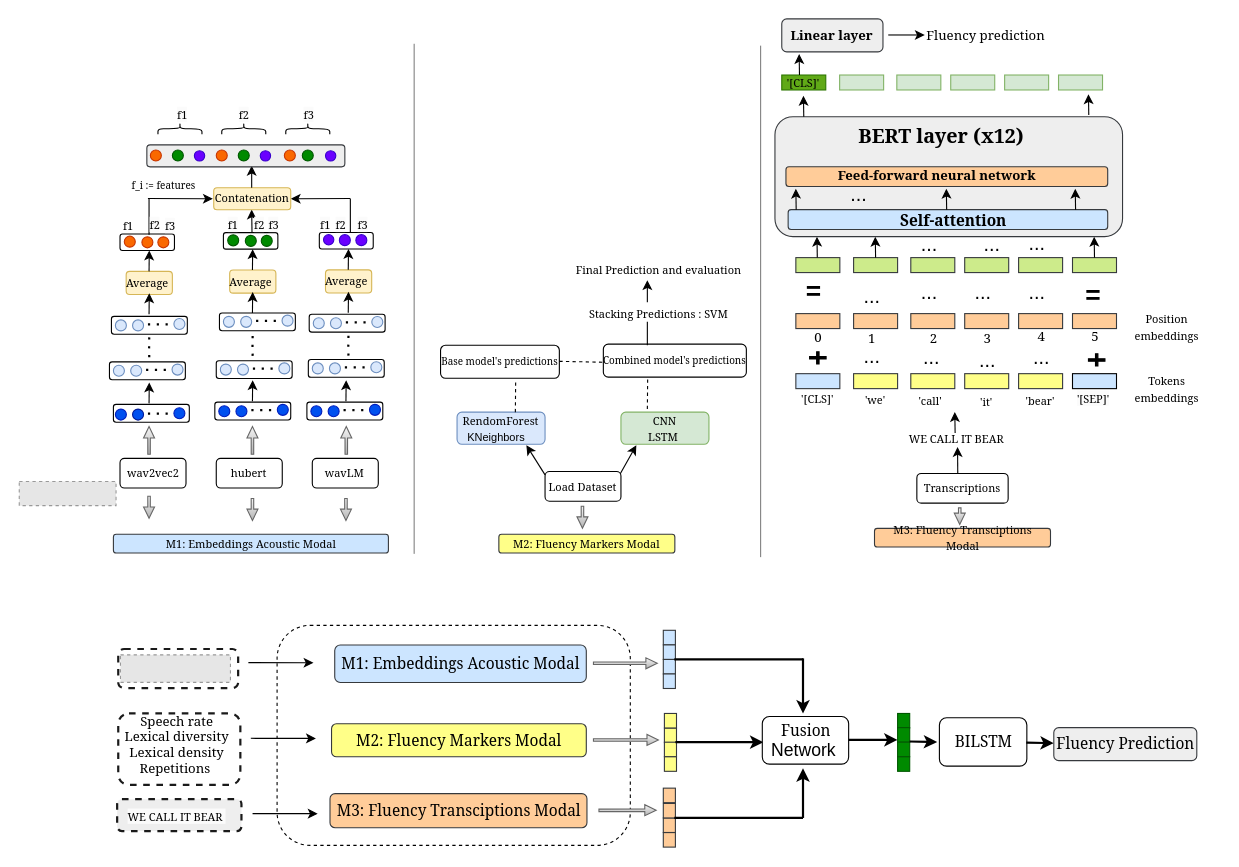
The draw.io diagram Trimodal_Fluency_sslmodel.drawio in papasega/Applied-Deep-Learning, before the edit. Source tidied: cells renumbered, new cells numbered last; positions are measured from the earlier drawing's top-left corner, leaving out a move shared by most shapes. Both pictures are drawn from the tidied source at 110%, with x=0, y=0 at pixel (19, 19). Pictures stored in the file or linked from it are replaced by grey dashed boxes.
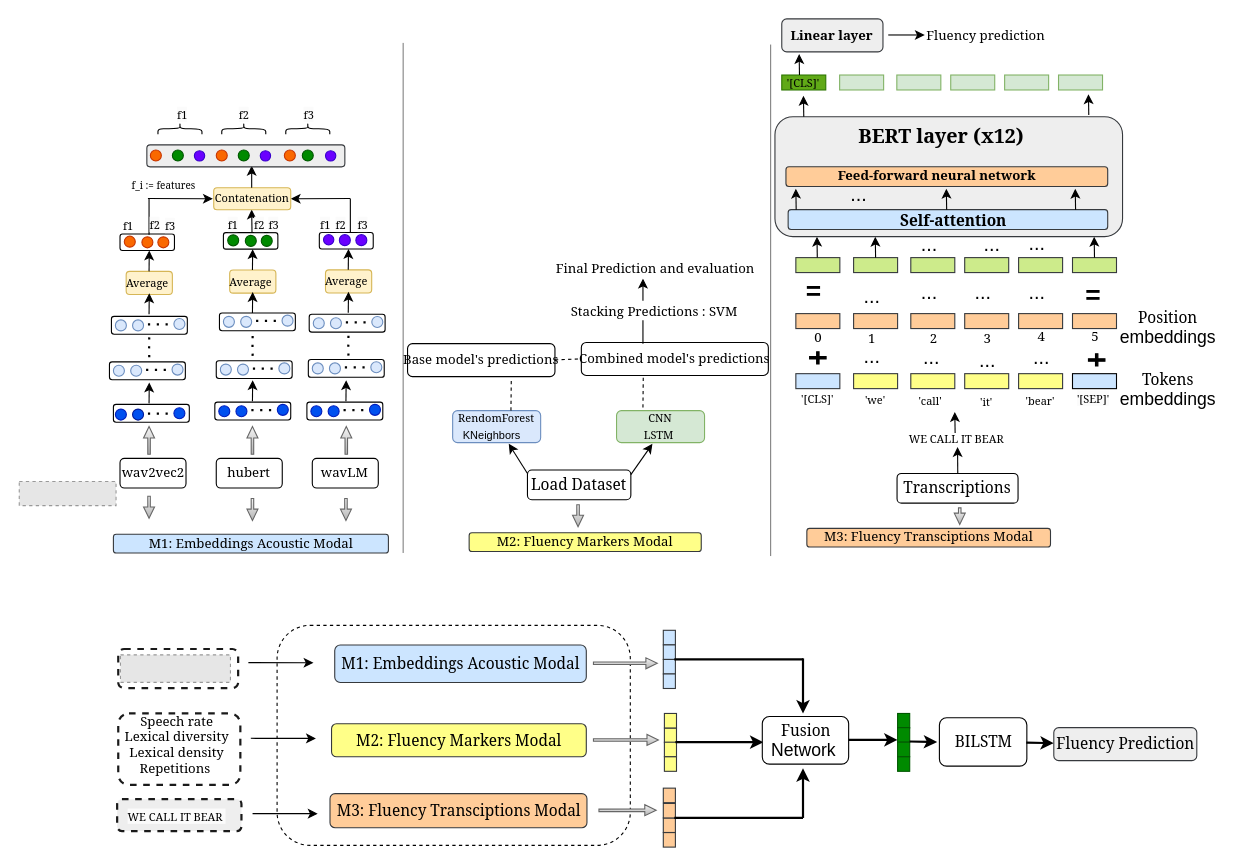
Above is the later version.

Commit message (it also covers changes not shown here):
Mettre à jour Trimodal_Fluency_sslmodel.drawio

Change to the diagram source:
```diff
@@
-    <mxCell id="2" value="&lt;font style=&quot;font-size: 10px;&quot; face=&quot;Georgia&quot;&gt;wav2vec2&lt;/font&gt;" style="rounded=1;whiteSpace=wrap;html=1;" parent="1" vertex="1">
+    <mxCell id="2" value="&lt;font style=&quot;font-size: 12px;&quot; face=&quot;Georgia&quot;&gt;wav2vec2&lt;/font&gt;" style="rounded=1;whiteSpace=wrap;html=1;" parent="1" vertex="1">
       <mxGeometry x="91.6" y="399.2" width="60" height="27" as="geometry" />
     </mxCell>
@@
-    <mxCell id="6" value="&lt;font style=&quot;font-size: 10px;&quot; face=&quot;Georgia&quot;&gt;M1: Embeddings Acoustic Modal&lt;/font&gt;" style="rounded=1;whiteSpace=wrap;html=1;fillColor=#cce5ff;strokeColor=#36393d;" parent="1" vertex="1">
+    <mxCell id="6" value="&lt;font style=&quot;font-size: 12px;&quot; face=&quot;Georgia&quot;&gt;M1: Embeddings Acoustic Modal&lt;/font&gt;" style="rounded=1;whiteSpace=wrap;html=1;fillColor=#cce5ff;strokeColor=#36393d;" parent="1" vertex="1">
       <mxGeometry x="85.6" y="468.2" width="250" height="17" as="geometry" />
     </mxCell>
@@
-    <mxCell id="19" value="&lt;font style=&quot;font-size: 10px;&quot; face=&quot;Georgia&quot;&gt;hubert&lt;/font&gt;" style="rounded=1;whiteSpace=wrap;html=1;" parent="1" vertex="1">
+    <mxCell id="19" value="&lt;font style=&quot;font-size: 12px;&quot; face=&quot;Georgia&quot;&gt;hubert&lt;/font&gt;" style="rounded=1;whiteSpace=wrap;html=1;" parent="1" vertex="1">
       <mxGeometry x="179.1" y="399.2" width="60" height="27" as="geometry" />
     </mxCell>
-    <mxCell id="20" value="&lt;font style=&quot;font-size: 10px;&quot; face=&quot;Georgia&quot;&gt;wavLM&lt;/font&gt;" style="rounded=1;whiteSpace=wrap;html=1;" parent="1" vertex="1">
+    <mxCell id="20" value="&lt;font style=&quot;font-size: 12px;&quot; face=&quot;Georgia&quot;&gt;wavLM&lt;/font&gt;" style="rounded=1;whiteSpace=wrap;html=1;" parent="1" vertex="1">
       <mxGeometry x="266.4" y="399.2" width="60" height="27" as="geometry" />
     </mxCell>
@@
-    <mxCell id="118" value="&lt;font style=&quot;font-size: 10px;&quot; face=&quot;Georgia&quot;&gt;M2: Fluency Markers Modal&lt;/font&gt;" style="rounded=1;whiteSpace=wrap;html=1;fillColor=#ffff88;strokeColor=#36393d;" parent="1" vertex="1">
-      <mxGeometry x="436" y="468.2" width="160" height="17" as="geometry" />
+    <mxCell id="118" value="&lt;font style=&quot;font-size: 12px;&quot; face=&quot;Georgia&quot;&gt;M2: Fluency Markers Modal&lt;/font&gt;" style="rounded=1;whiteSpace=wrap;html=1;fillColor=#ffff88;strokeColor=#36393d;" parent="1" vertex="1">
+      <mxGeometry x="409" y="466.8" width="211" height="17" as="geometry" />
     </mxCell>
     <mxCell id="119" style="endArrow=none;html=1;rounded=0;strokeWidth=0.5;" parent="1" edge="1">
       <mxGeometry relative="1" as="geometry">
-        <mxPoint x="359" y="486" as="sourcePoint" />
-        <mxPoint x="359" y="22.3" as="targetPoint" />
+        <mxPoint x="349" y="485.2" as="sourcePoint" />
+        <mxPoint x="349" y="21.5" as="targetPoint" />
       </mxGeometry>
     </mxCell>
-    <mxCell id="120" value="&lt;font face=&quot;Georgia&quot;&gt;&lt;span style=&quot;font-size: 10px;&quot;&gt;Load Dataset&lt;/span&gt;&lt;/font&gt;" style="rounded=1;whiteSpace=wrap;html=1;" parent="1" vertex="1">
-      <mxGeometry x="478" y="411.2" width="69" height="27" as="geometry" />
+    <mxCell id="120" value="&lt;font style=&quot;font-size: 14px;&quot; face=&quot;Georgia&quot;&gt;Load Dataset&lt;/font&gt;" style="rounded=1;whiteSpace=wrap;html=1;" parent="1" vertex="1">
+      <mxGeometry x="462" y="409.8" width="94" height="27" as="geometry" />
     </mxCell>
     <mxCell id="121" style="shape=flexArrow;endArrow=classic;html=1;rounded=0;startSize=2;endSize=3.108571428571429;targetPerimeterSpacing=0;sourcePerimeterSpacing=0;strokeWidth=1;fillColor=#f5f5f5;width=2.2857142857142856;endWidth=6.6938775510204085;strokeColor=#666666;gradientColor=#b3b3b3;" parent="1" edge="1">
       <mxGeometry relative="1" as="geometry">
-        <mxPoint x="512" y="442.2" as="sourcePoint" />
-        <mxPoint x="512" y="463.2" as="targetPoint" />
+        <mxPoint x="508" y="440.8" as="sourcePoint" />
+        <mxPoint x="508" y="461.8" as="targetPoint" />
       </mxGeometry>
     </mxCell>
     <mxCell id="122" value="&lt;font face=&quot;Georgia&quot; style=&quot;font-size: 10px;&quot;&gt;RendomForest&lt;/font&gt;&lt;div&gt;&lt;font style=&quot;font-size: 10px;&quot; face=&quot;hNbSaea994QthrHnAMuy&quot;&gt;KNeighbors&amp;nbsp;&amp;nbsp;&lt;/font&gt;&lt;span style=&quot;font-size: 10px; font-family: hNbSaea994QthrHnAMuy; background-color: initial;&quot;&gt;&amp;nbsp;&lt;/span&gt;&lt;/div&gt;" style="rounded=1;whiteSpace=wrap;html=1;fillColor=#dae8fc;strokeColor=#6c8ebf;" parent="1" vertex="1">
-      <mxGeometry x="398" y="357.2" width="80" height="29.1" as="geometry" />
+      <mxGeometry x="394" y="355.8" width="80" height="29.1" as="geometry" />
     </mxCell>
     <mxCell id="123" style="endArrow=classic;html=1;rounded=0;" parent="1" edge="1">
       <mxGeometry relative="1" as="geometry">
-        <mxPoint x="478" y="414.2" as="sourcePoint" />
-        <mxPoint x="461" y="387.2" as="targetPoint" />
+        <mxPoint x="462" y="412.9" as="sourcePoint" />
+        <mxPoint x="445" y="385.9" as="targetPoint" />
       </mxGeometry>
     </mxCell>
     <mxCell id="124" style="endArrow=classic;html=1;rounded=0;" parent="1" edge="1">
       <mxGeometry relative="1" as="geometry">
-        <mxPoint x="546.4" y="413.2" as="sourcePoint" />
-        <mxPoint x="561" y="387.2" as="targetPoint" />
+        <mxPoint x="556" y="414" as="sourcePoint" />
+        <mxPoint x="575.6" y="386" as="targetPoint" />
       </mxGeometry>
     </mxCell>
     <mxCell id="125" value="&lt;font face=&quot;Georgia&quot;&gt;&lt;span style=&quot;font-size: 10px;&quot;&gt;CNN&lt;/span&gt;&lt;/font&gt;&lt;div&gt;&lt;font face=&quot;Georgia&quot;&gt;&lt;span style=&quot;font-size: 10px;&quot;&gt;LSTM&amp;nbsp;&lt;/span&gt;&lt;/font&gt;&lt;/div&gt;" style="rounded=1;whiteSpace=wrap;html=1;fillColor=#d5e8d4;strokeColor=#82b366;" parent="1" vertex="1">
-      <mxGeometry x="547" y="357.2" width="80" height="29.1" as="geometry" />
+      <mxGeometry x="543" y="355.8" width="80" height="29.1" as="geometry" />
     </mxCell>
     <mxCell id="126" style="endArrow=none;dashed=1;html=1;rounded=0;" parent="1" edge="1">
       <mxGeometry relative="1" as="geometry">
-        <mxPoint x="451" y="357.2" as="sourcePoint" />
-        <mxPoint x="451.3" y="328.1" as="targetPoint" />
+        <mxPoint x="447" y="355.8" as="sourcePoint" />
+        <mxPoint x="447.3" y="326.7" as="targetPoint" />
       </mxGeometry>
     </mxCell>
-    <mxCell id="127" value="&lt;span style=&quot;font-family: Georgia; font-size: 9px; text-wrap: nowrap;&quot;&gt;Base model's predictions&lt;/span&gt;" style="rounded=1;whiteSpace=wrap;html=1;" parent="1" vertex="1">
-      <mxGeometry x="383" y="296.4" width="108" height="30" as="geometry" />
+    <mxCell id="127" value="&lt;span style=&quot;font-family: Georgia; text-wrap: nowrap;&quot;&gt;&lt;font style=&quot;font-size: 12px;&quot;&gt;Base model's predictions&lt;/font&gt;&lt;/span&gt;" style="rounded=1;whiteSpace=wrap;html=1;" parent="1" vertex="1">
+      <mxGeometry x="353" y="294.9" width="134" height="30" as="geometry" />
     </mxCell>
-    <mxCell id="128" value="&lt;span style=&quot;font-family: Georgia; font-size: 9px; text-wrap: nowrap;&quot;&gt;Combined model's predictions&lt;/span&gt;" style="rounded=1;whiteSpace=wrap;html=1;" parent="1" vertex="1">
-      <mxGeometry x="531" y="295.3" width="130" height="30" as="geometry" />
+    <mxCell id="128" value="&lt;span style=&quot;font-family: Georgia; text-wrap: nowrap;&quot;&gt;&lt;font style=&quot;font-size: 12px;&quot;&gt;Combined model's predictions&lt;/font&gt;&lt;/span&gt;" style="rounded=1;whiteSpace=wrap;html=1;" parent="1" vertex="1">
+      <mxGeometry x="511" y="293.8" width="170" height="30" as="geometry" />
     </mxCell>
     <mxCell id="129" style="endArrow=none;dashed=1;html=1;rounded=0;" parent="1" edge="1">
       <mxGeometry relative="1" as="geometry">
-        <mxPoint x="571" y="354.4" as="sourcePoint" />
-        <mxPoint x="571.3" y="325.3" as="targetPoint" />
+        <mxPoint x="567" y="352.9" as="sourcePoint" />
+        <mxPoint x="567.3" y="323.8" as="targetPoint" />
       </mxGeometry>
     </mxCell>
-    <mxCell id="130" style="endArrow=none;dashed=1;html=1;rounded=0;" parent="1" edge="1">
+    <mxCell id="130" style="endArrow=none;dashed=1;html=1;rounded=0;entryX=0;entryY=0.5;entryDx=0;entryDy=0;" parent="1" edge="1" target="128">
       <mxGeometry relative="1" as="geometry">
-        <mxPoint x="491" y="311" as="sourcePoint" />
-        <mxPoint x="531" y="311.8" as="targetPoint" />
+        <mxPoint x="487" y="309.6" as="sourcePoint" />
       </mxGeometry>
     </mxCell>
     <mxCell id="131" style="endArrow=classic;html=1;rounded=0;" parent="1" edge="1">
       <mxGeometry relative="1" as="geometry">
-        <mxPoint x="571" y="257.2" as="sourcePoint" />
-        <mxPoint x="571" y="237.2" as="targetPoint" />
+        <mxPoint x="567" y="255.8" as="sourcePoint" />
+        <mxPoint x="567" y="235.8" as="targetPoint" />
       </mxGeometry>
     </mxCell>
-    <mxCell id="132" value="&lt;font face=&quot;Georgia&quot; style=&quot;font-size: 10px;&quot;&gt;Stacking Predictions : SVM&lt;/font&gt;" style="text;html=1;align=center;verticalAlign=middle;strokeColor=none;fillColor=none;" parent="1" vertex="1">
-      <mxGeometry x="511" y="252.8" width="140" height="30" as="geometry" />
+    <mxCell id="132" value="&lt;font face=&quot;Georgia&quot; style=&quot;font-size: 12px;&quot;&gt;Stacking Predictions : SVM&lt;/font&gt;" style="text;html=1;align=center;verticalAlign=middle;strokeColor=none;fillColor=none;" parent="1" vertex="1">
+      <mxGeometry x="496" y="253.3" width="162" height="26" as="geometry" />
     </mxCell>
     <mxCell id="133" style="endArrow=none;html=1;rounded=0;" parent="1" edge="1">
       <mxGeometry relative="1" as="geometry">
-        <mxPoint x="571" y="296.4" as="sourcePoint" />
-        <mxPoint x="571" y="275.1" as="targetPoint" />
+        <mxPoint x="567" y="294.9" as="sourcePoint" />
+        <mxPoint x="567" y="273.7" as="targetPoint" />
       </mxGeometry>
     </mxCell>
-    <mxCell id="134" value="&lt;font face=&quot;Georgia&quot; style=&quot;font-size: 10px;&quot;&gt;Final Prediction and evaluation&lt;/font&gt;" style="text;html=1;align=center;verticalAlign=middle;strokeColor=none;fillColor=none;" parent="1" vertex="1">
-      <mxGeometry x="501" y="213" width="160" height="30" as="geometry" />
+    <mxCell id="134" value="&lt;font face=&quot;Georgia&quot; style=&quot;font-size: 12px;&quot;&gt;Final Prediction and evaluation&lt;/font&gt;" style="text;html=1;align=center;verticalAlign=middle;strokeColor=none;fillColor=none;" parent="1" vertex="1">
+      <mxGeometry x="485" y="213.6" width="185" height="26" as="geometry" />
     </mxCell>
     <mxCell id="135" style="endArrow=none;html=1;rounded=0;strokeWidth=0.5;" parent="1" edge="1">
       <mxGeometry relative="1" as="geometry">
-        <mxPoint x="674" y="489" as="sourcePoint" />
-        <mxPoint x="674" y="24" as="targetPoint" />
+        <mxPoint x="683.1" y="488" as="sourcePoint" />
+        <mxPoint x="683.1" y="23" as="targetPoint" />
       </mxGeometry>
     </mxCell>
-    <mxCell id="136" value="&lt;font style=&quot;font-size: 10px;&quot; face=&quot;Georgia&quot;&gt;M3: Fluency Transciptions Modal&lt;/font&gt;" style="rounded=1;whiteSpace=wrap;html=1;fillColor=#ffcc99;strokeColor=#36393d;" parent="1" vertex="1">
-      <mxGeometry x="777.5" y="462.8" width="160" height="17" as="geometry" />
+    <mxCell id="136" value="&lt;font style=&quot;font-size: 12px;&quot; face=&quot;Georgia&quot;&gt;M3: Fluency Transciptions Modal&lt;/font&gt;" style="rounded=1;whiteSpace=wrap;html=1;fillColor=#ffcc99;strokeColor=#36393d;" parent="1" vertex="1">
+      <mxGeometry x="716" y="462.8" width="221.5" height="17" as="geometry" />
     </mxCell>
@@
-    <mxCell id="138" value="&lt;font face=&quot;Georgia&quot;&gt;&lt;span style=&quot;font-size: 10px;&quot;&gt;Transcriptions&lt;/span&gt;&lt;/font&gt;" style="rounded=1;whiteSpace=wrap;html=1;" parent="1" vertex="1">
-      <mxGeometry x="816" y="412.9" width="83" height="27" as="geometry" />
+    <mxCell id="138" value="&lt;font style=&quot;font-size: 14px;&quot; face=&quot;Georgia&quot;&gt;Transcriptions&lt;/font&gt;" style="rounded=1;whiteSpace=wrap;html=1;" parent="1" vertex="1">
+      <mxGeometry x="798" y="412.9" width="110" height="27" as="geometry" />
     </mxCell>
@@
-    <mxCell id="172" value="&lt;font style=&quot;font-size: 10px;&quot; face=&quot;Georgia&quot;&gt;Tokens&lt;/font&gt;&lt;div&gt;&lt;font style=&quot;font-size: 10px;&quot; face=&quot;Georgia&quot;&gt;embeddings&lt;/font&gt;&lt;/div&gt;" style="text;html=1;align=center;verticalAlign=middle;strokeColor=none;fillColor=none;" parent="1" vertex="1">
-      <mxGeometry x="1007" y="315.8" width="72" height="41" as="geometry" />
+    <mxCell id="172" value="&lt;font face=&quot;Georgia&quot; style=&quot;font-size: 14px;&quot;&gt;Tokens&lt;/font&gt;&lt;div&gt;&lt;font size=&quot;3&quot; face=&quot;F65Sn-oQwdM0Ih9RyYtp&quot; style=&quot;&quot;&gt;embeddings&lt;/font&gt;&lt;/div&gt;" style="text;html=1;align=center;verticalAlign=middle;strokeColor=none;fillColor=none;" parent="1" vertex="1">
+      <mxGeometry x="996" y="312.8" width="95" height="48" as="geometry" />
     </mxCell>
-    <mxCell id="173" value="&lt;font face=&quot;Georgia&quot;&gt;&lt;span style=&quot;font-size: 10px;&quot;&gt;Position&lt;/span&gt;&lt;/font&gt;&lt;br&gt;&lt;div&gt;&lt;font style=&quot;font-size: 10px;&quot; face=&quot;Georgia&quot;&gt;embeddings&lt;/font&gt;&lt;/div&gt;" style="text;html=1;align=center;verticalAlign=middle;strokeColor=none;fillColor=none;" parent="1" vertex="1">
-      <mxGeometry x="1007" y="259.9" width="72" height="41" as="geometry" />
+    <mxCell id="173" value="&lt;font style=&quot;font-size: 14px;&quot; face=&quot;Georgia&quot;&gt;Position&lt;br&gt;&lt;/font&gt;&lt;div&gt;&lt;font size=&quot;3&quot; face=&quot;HL0lQJGr_3rsFP0qDM02&quot; style=&quot;&quot;&gt;embeddings&lt;/font&gt;&lt;/div&gt;" style="text;html=1;align=center;verticalAlign=middle;strokeColor=none;fillColor=none;" parent="1" vertex="1">
+      <mxGeometry x="996" y="256.9" width="95" height="48" as="geometry" />
     </mxCell>
```
